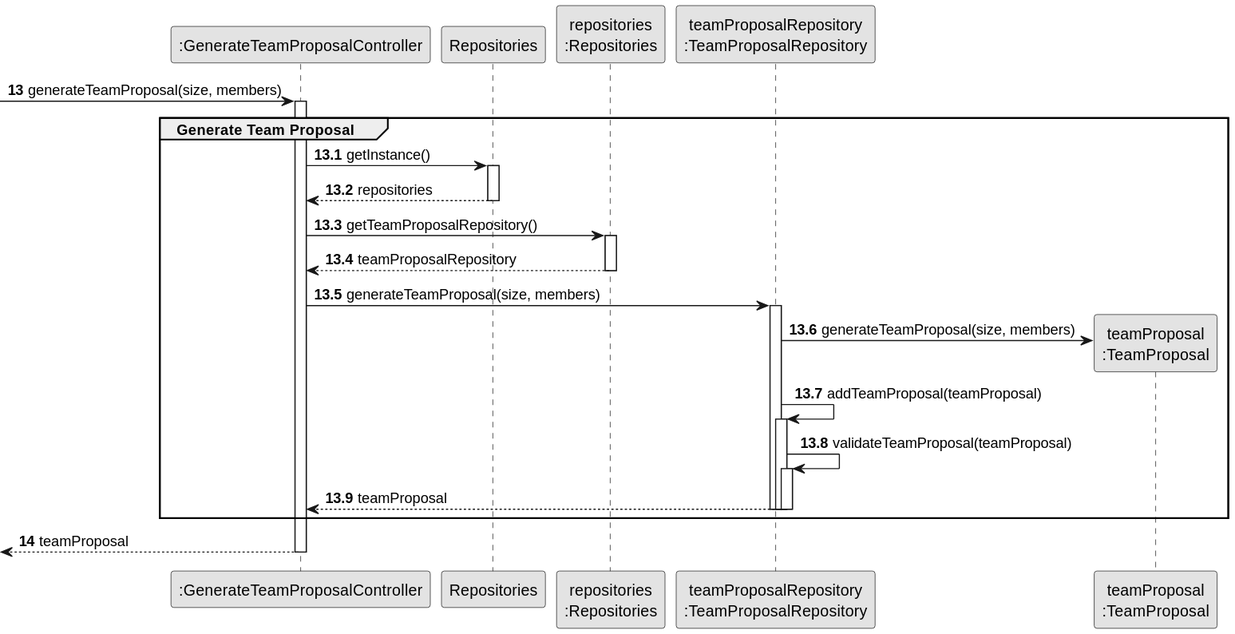
Before: docs/sprintB/us005/03.design/svg/us005-sequence-diagram-partial-generate-team-proposal.svg, a diagram exported from PlantUML (diogoveirospro/lei-24-s2-1dg-g072).
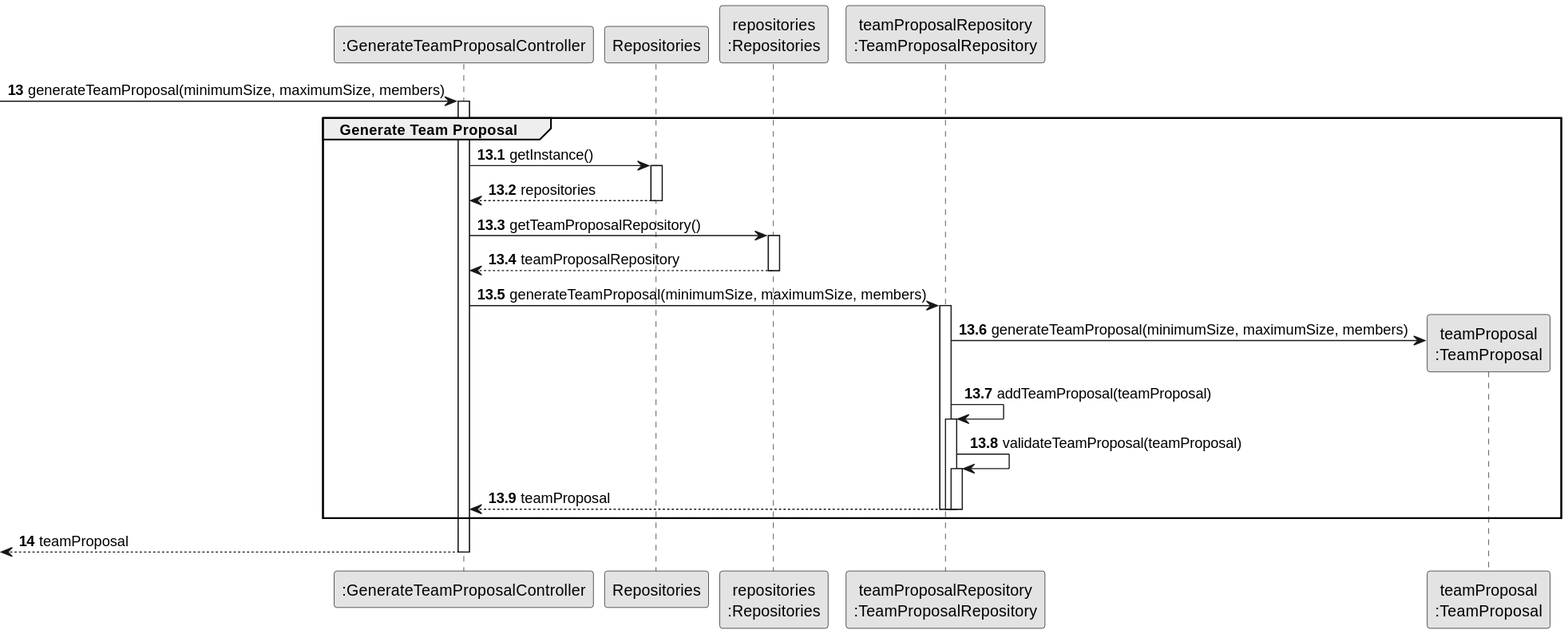
The same diagram one commit later.

What changed in the source:
```diff
@@ -10,7 +10,7 @@
 participant "teamProposal\n:TeamProposal" as teamProposal
 
 autonumber 13
--> CTRL : generateTeamProposal(size, members)
+-> CTRL : generateTeamProposal(minimumSize, maximumSize, members)
 
 autonumber 13.1
 
@@ -29,10 +29,10 @@
             REP --> CTRL: teamProposalRepository
         deactivate REP
 
-        CTRL -> TEAMPROREP: generateTeamProposal(size, members)
+        CTRL -> TEAMPROREP: generateTeamProposal(minimumSize, maximumSize, members)
         activate TEAMPROREP
 
-            TEAMPROREP -> teamProposal**: generateTeamProposal(size, members)
+            TEAMPROREP -> teamProposal**: generateTeamProposal(minimumSize, maximumSize, members)
 
                 TEAMPROREP -> TEAMPROREP : addTeamProposal(teamProposal)
                 activate TEAMPROREP
```
